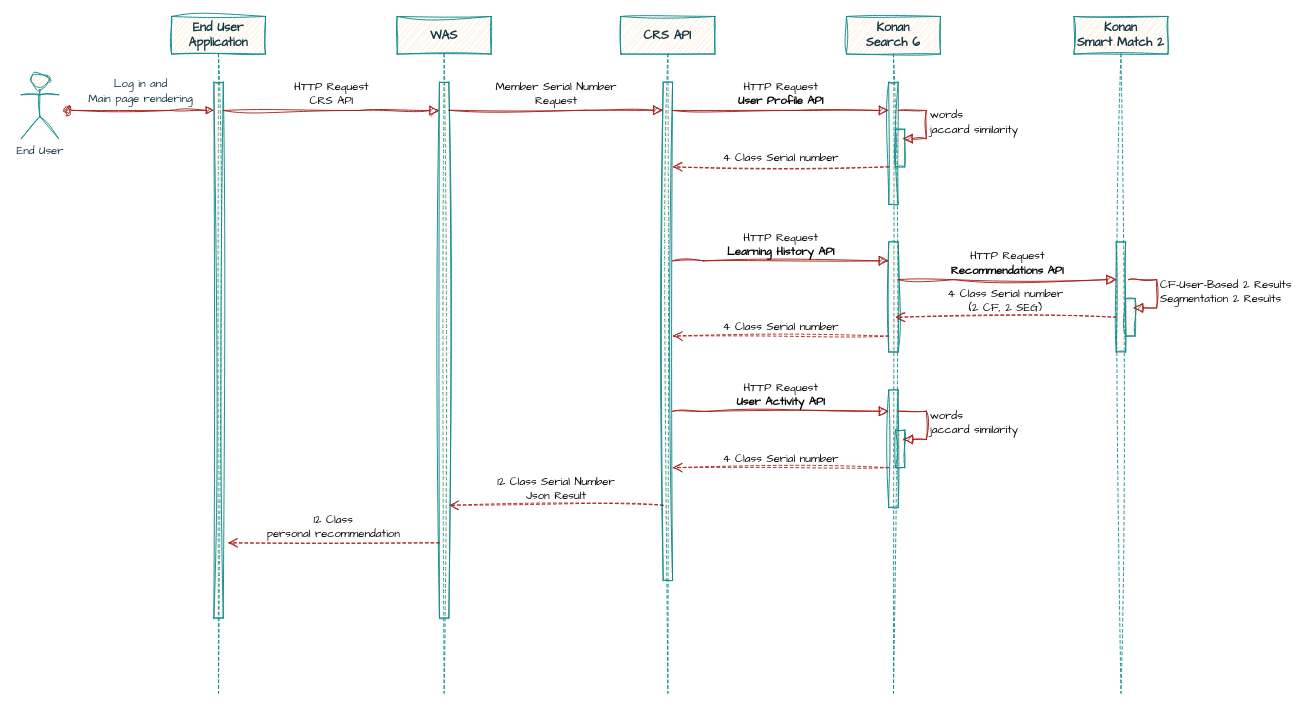
Above: recommender_system.drawio in k1mtaeye07/nile (draw.io), before the change. Source tidied: cells renumbered, new cells numbered last; positions are measured from the earlier drawing's top-left corner, leaving out a move shared by most shapes. Both pictures are drawn from the tidied source at 94%, with x=0, y=0 at pixel (21, 16).
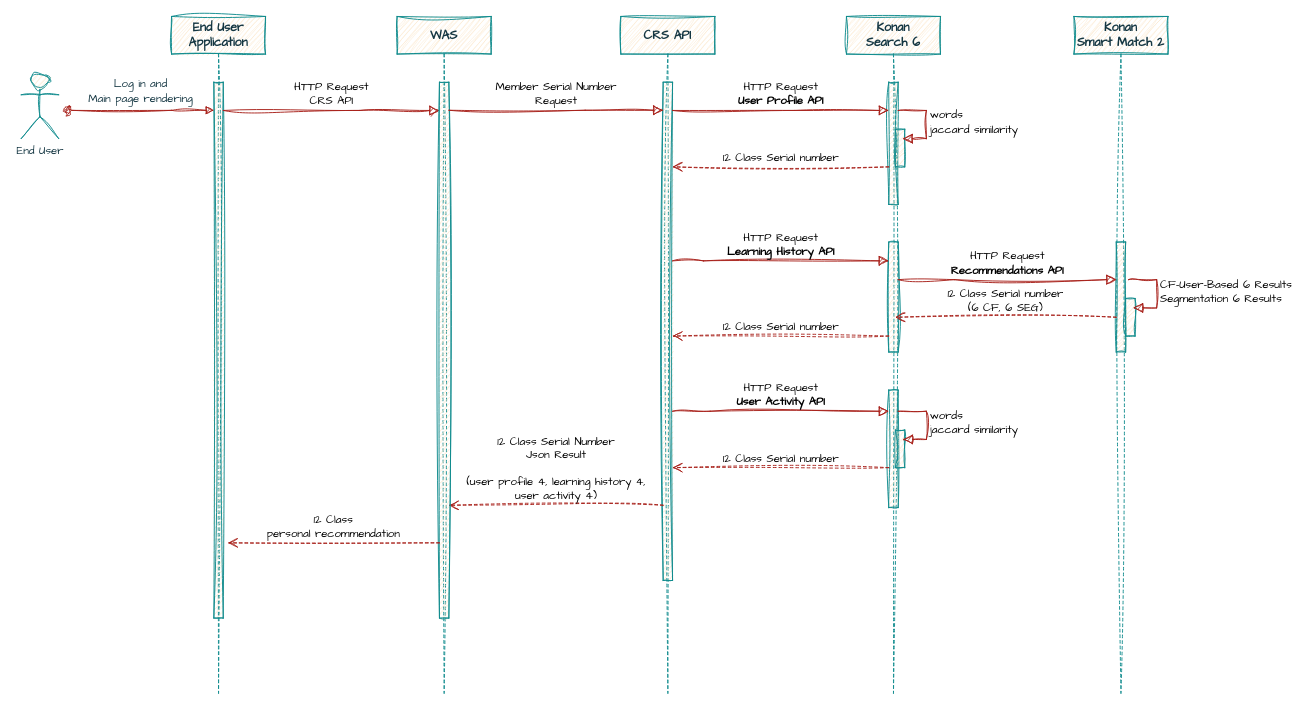
Above is the later version.

The change refers to these unchanged cells:
```xml
<mxCell id="25" value="&lt;b style=&quot;font-size: 13px;&quot;&gt;&lt;font style=&quot;font-size: 13px;&quot;&gt;Konan&lt;/font&gt;&lt;/b&gt;&lt;div style=&quot;font-size: 13px;&quot;&gt;&lt;b&gt;Smart Match 2&lt;/b&gt;&lt;/div&gt;" style="shape=umlLifeline;perimeter=lifelinePerimeter;whiteSpace=wrap;html=1;newEdgeStyle={&quot;edgeStyle&quot;:&quot;elbowEdgeStyle&quot;,&quot;elbow&quot;:&quot;vertical&quot;,&quot;curved&quot;:0,&quot;rounded&quot;:0};sketch=1;hachureGap=4;jiggle=2;curveFitting=1;fontFamily=Architects Daughter;labelBackgroundColor=none;fillColor=#FAE5C7;strokeColor=#0F8B8D;fontColor=#143642;" parent="1" vertex="1">
  <mxGeometry x="1120" width="100" height="720" as="geometry" />
</mxCell>
<mxCell id="26" style="html=1;points=[];perimeter=orthogonalPerimeter;outlineConnect=0;targetShapes=umlLifeline;portConstraint=eastwest;newEdgeStyle={&quot;edgeStyle&quot;:&quot;elbowEdgeStyle&quot;,&quot;elbow&quot;:&quot;vertical&quot;,&quot;curved&quot;:0,&quot;rounded&quot;:0};sketch=1;hachureGap=4;jiggle=2;curveFitting=1;fontFamily=Architects Daughter;labelBackgroundColor=none;fillColor=#FAE5C7;strokeColor=#0F8B8D;fontColor=#143642;" parent="25" vertex="1">
  <mxGeometry x="45" y="240" width="10" height="117" as="geometry" />
</mxCell>
```

Change to the diagram source:
```diff
@@
-    <mxCell id="18" value="4 Class Serial number" style="html=1;verticalAlign=bottom;endArrow=open;dashed=1;endSize=8;curved=0;rounded=0;sketch=1;hachureGap=4;jiggle=2;curveFitting=1;fontFamily=Architects Daughter;fontSize=12;labelBackgroundColor=none;strokeColor=#A8201A;fontColor=default;" parent="1" edge="1">
+    <mxCell id="18" value="12 Class Serial number" style="html=1;verticalAlign=bottom;endArrow=open;dashed=1;endSize=8;curved=0;rounded=0;sketch=1;hachureGap=4;jiggle=2;curveFitting=1;fontFamily=Architects Daughter;fontSize=12;labelBackgroundColor=none;strokeColor=#A8201A;fontColor=default;" parent="1" edge="1">
       <mxGeometry relative="1" as="geometry">
         <mxPoint x="923" y="160" as="sourcePoint" />
         <mxPoint x="693" y="160" as="targetPoint" />
       </mxGeometry>
     </mxCell>
-    <mxCell id="19" value="4 Class Serial number" style="html=1;verticalAlign=bottom;endArrow=open;dashed=1;endSize=8;curved=0;rounded=0;sketch=1;hachureGap=4;jiggle=2;curveFitting=1;fontFamily=Architects Daughter;fontSize=12;labelBackgroundColor=none;strokeColor=#A8201A;fontColor=default;" parent="1" edge="1">
+    <mxCell id="19" value="12 Class Serial number" style="html=1;verticalAlign=bottom;endArrow=open;dashed=1;endSize=8;curved=0;rounded=0;sketch=1;hachureGap=4;jiggle=2;curveFitting=1;fontFamily=Architects Daughter;fontSize=12;labelBackgroundColor=none;strokeColor=#A8201A;fontColor=default;" parent="1" edge="1">
       <mxGeometry relative="1" as="geometry">
         <mxPoint x="923" y="340" as="sourcePoint" />
         <mxPoint x="693" y="340" as="targetPoint" />
       </mxGeometry>
     </mxCell>
@@
-    <mxCell id="21" value="4 Class Serial number" style="html=1;verticalAlign=bottom;endArrow=open;dashed=1;endSize=8;curved=0;rounded=0;sketch=1;hachureGap=4;jiggle=2;curveFitting=1;fontFamily=Architects Daughter;fontSize=12;labelBackgroundColor=none;strokeColor=#A8201A;fontColor=default;" parent="1" edge="1">
+    <mxCell id="21" value="12 Class Serial number" style="html=1;verticalAlign=bottom;endArrow=open;dashed=1;endSize=8;curved=0;rounded=0;sketch=1;hachureGap=4;jiggle=2;curveFitting=1;fontFamily=Architects Daughter;fontSize=12;labelBackgroundColor=none;strokeColor=#A8201A;fontColor=default;" parent="1" edge="1">
       <mxGeometry relative="1" as="geometry">
         <mxPoint x="923" y="480" as="sourcePoint" />
         <mxPoint x="693" y="480" as="targetPoint" />
       </mxGeometry>
     </mxCell>
@@
-    <mxCell id="24" value="&lt;font style=&quot;font-size: 12px;&quot;&gt;12 Class Serial Number&lt;/font&gt;&lt;div style=&quot;&quot;&gt;&lt;font style=&quot;font-size: 12px;&quot;&gt;Json Result&lt;/font&gt;&lt;/div&gt;" style="html=1;verticalAlign=bottom;endArrow=open;dashed=1;endSize=8;curved=0;rounded=0;sketch=1;hachureGap=4;jiggle=2;curveFitting=1;fontFamily=Architects Daughter;fontSize=12;labelBackgroundColor=none;strokeColor=#A8201A;fontColor=default;" parent="1" edge="1">
+    <mxCell id="24" value="&lt;font style=&quot;font-size: 12px;&quot;&gt;12 Class Serial Number&lt;/font&gt;&lt;div style=&quot;&quot;&gt;&lt;font style=&quot;font-size: 12px;&quot;&gt;Json Result&lt;/font&gt;&lt;/div&gt;&lt;div style=&quot;&quot;&gt;&lt;font style=&quot;font-size: 12px;&quot;&gt;&lt;br&gt;&lt;/font&gt;&lt;/div&gt;&lt;div style=&quot;&quot;&gt;(user profile 4,&amp;nbsp;&lt;span style=&quot;background-color: initial;&quot;&gt;learning history 4,&lt;/span&gt;&lt;/div&gt;&lt;div style=&quot;&quot;&gt;&lt;span style=&quot;background-color: initial;&quot;&gt;user activity 4)&lt;/span&gt;&lt;/div&gt;" style="html=1;verticalAlign=bottom;endArrow=open;dashed=1;endSize=8;curved=0;rounded=0;sketch=1;hachureGap=4;jiggle=2;curveFitting=1;fontFamily=Architects Daughter;fontSize=12;labelBackgroundColor=none;strokeColor=#A8201A;fontColor=default;" parent="1" edge="1">
       <mxGeometry relative="1" as="geometry">
         <mxPoint x="683" y="520" as="sourcePoint" />
         <mxPoint x="455" y="520" as="targetPoint" />
       </mxGeometry>
     </mxCell>
@@
-    <mxCell id="28" value="CF-User-Based 2 Results&lt;div&gt;Segmentation 2 Results&lt;/div&gt;" style="html=1;align=left;spacingLeft=2;endArrow=block;rounded=0;edgeStyle=orthogonalEdgeStyle;curved=0;rounded=0;sketch=1;hachureGap=4;jiggle=2;curveFitting=1;fontFamily=Architects Daughter;fontSize=12;startSize=8;endSize=8;labelBackgroundColor=none;strokeColor=#A8201A;fontColor=default;" parent="25" edge="1">
+    <mxCell id="28" value="CF-User-Based 6 Results&lt;div&gt;Segmentation 6 Results&lt;/div&gt;" style="html=1;align=left;spacingLeft=2;endArrow=block;rounded=0;edgeStyle=orthogonalEdgeStyle;curved=0;rounded=0;sketch=1;hachureGap=4;jiggle=2;curveFitting=1;fontFamily=Architects Daughter;fontSize=12;startSize=8;endSize=8;labelBackgroundColor=none;strokeColor=#A8201A;fontColor=default;" parent="25" edge="1">
       <mxGeometry relative="1" as="geometry">
         <mxPoint x="58" y="280" as="sourcePoint" />
         <mxPoint x="63" y="310" as="targetPoint" />
         <Array as="points">
           <mxPoint x="88" y="310" />
         </Array>
       </mxGeometry>
     </mxCell>
@@
-    <mxCell id="30" value="4 Class Serial number&lt;div&gt;(2 CF, 2 SEG)&lt;/div&gt;" style="html=1;verticalAlign=bottom;endArrow=open;dashed=1;endSize=8;curved=0;rounded=0;sketch=1;hachureGap=4;jiggle=2;curveFitting=1;fontFamily=Architects Daughter;fontSize=12;labelBackgroundColor=none;strokeColor=#A8201A;fontColor=default;" parent="1" edge="1" source="26">
+    <mxCell id="30" value="12 Class Serial number&lt;div&gt;(6 CF, 6 SEG)&lt;/div&gt;" style="html=1;verticalAlign=bottom;endArrow=open;dashed=1;endSize=8;curved=0;rounded=0;sketch=1;hachureGap=4;jiggle=2;curveFitting=1;fontFamily=Architects Daughter;fontSize=12;labelBackgroundColor=none;strokeColor=#A8201A;fontColor=default;" parent="1" edge="1" source="26">
       <mxGeometry relative="1" as="geometry">
         <mxPoint x="930" y="320" as="targetPoint" />
       </mxGeometry>
     </mxCell>
```
